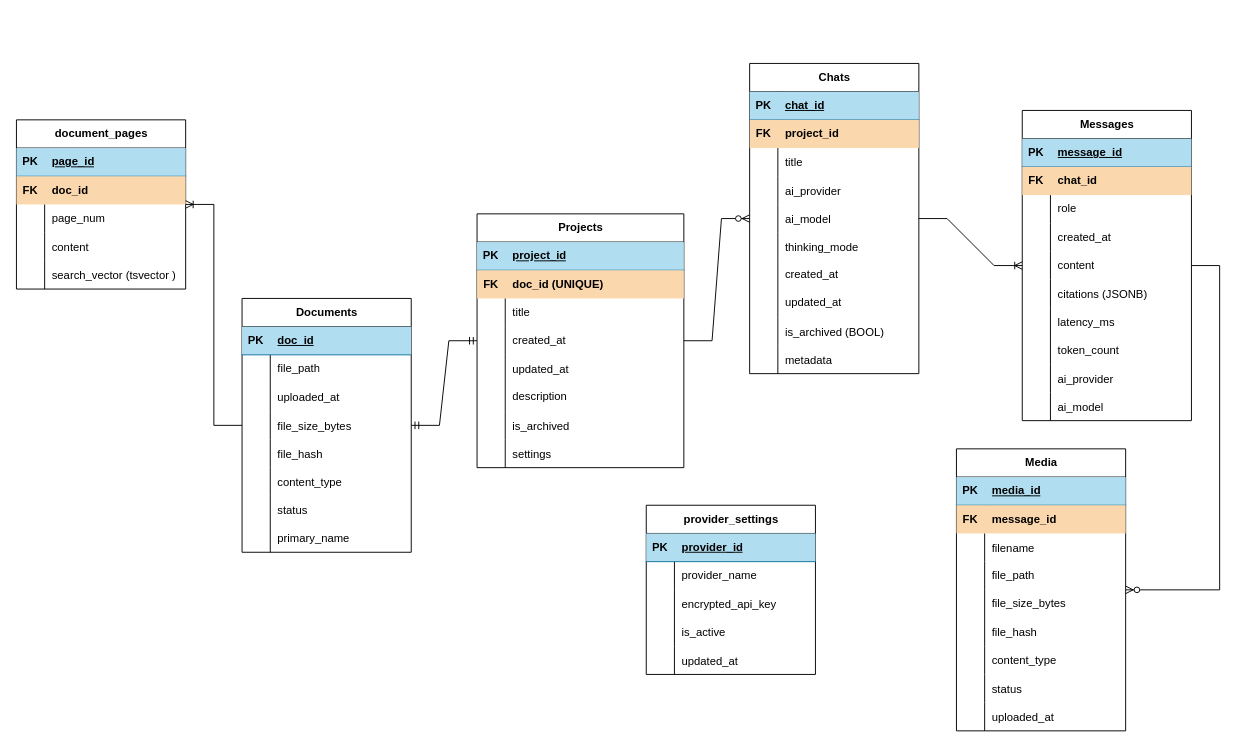
Before: docs/cognidocent_db.drawio in AbduAlrimali/CogniDocent, a draw.io diagram. Source tidied: cells renumbered, new cells numbered last; positions are measured from the earlier drawing's top-left corner, leaving out a move shared by most shapes. Both pictures are drawn from the tidied source at 94%, with x=0, y=0 at pixel (16, 63).
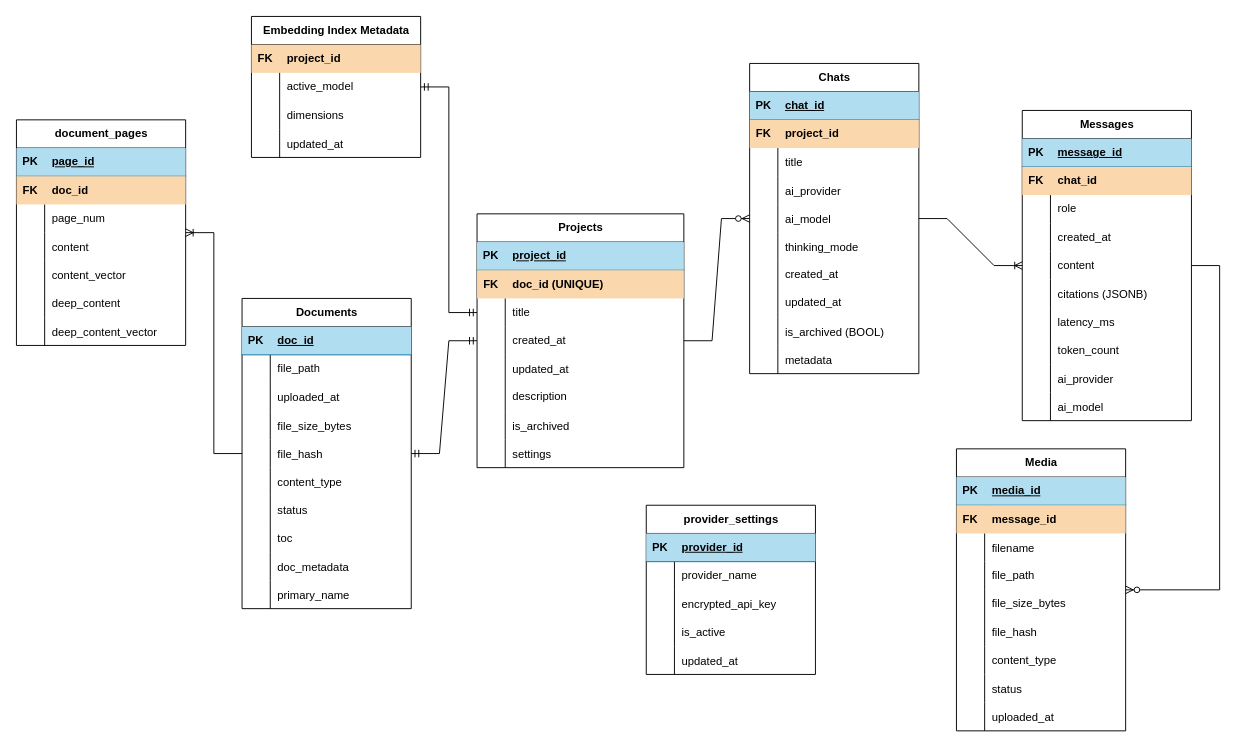
The same diagram, later.

Unchanged cells that the change refers to:
```xml
<mxCell id="127" style="shape=tableRow;horizontal=0;startSize=0;swimlaneHead=0;swimlaneBody=0;fillColor=none;points=[[0,0.5],[1,0.5]];portConstraint=eastwest;top=0;left=0;right=0;bottom=0;" parent="120" vertex="1">
  <mxGeometry y="90" width="220" height="30" as="geometry" />
</mxCell>
<mxCell id="175" style="shape=tableRow;horizontal=0;startSize=0;swimlaneHead=0;swimlaneBody=0;fillColor=none;top=0;left=0;right=0;bottom=0;" parent="162" vertex="1">
  <mxGeometry y="150" width="180" height="30" as="geometry" />
</mxCell>
```

Diff of the diagram source:
```diff
@@
     <mxCell id="93" value="Documents" style="shape=table;startSize=30;childLayout=tableLayout;rowLines=0;fontStyle=1;align=center;html=1;" parent="1" vertex="1">
-      <mxGeometry x="240" y="250" width="180" height="270" as="geometry" />
+      <mxGeometry x="240" y="250" width="180" height="330" as="geometry" />
     </mxCell>
@@
+    <mxCell id="179" style="shape=tableRow;horizontal=0;startSize=0;swimlaneHead=0;swimlaneBody=0;fillColor=none;top=0;left=0;right=0;bottom=0;" parent="93" vertex="1">
+      <mxGeometry y="240" width="180" height="30" as="geometry" />
+    </mxCell>
+    <mxCell id="180" style="shape=partialRectangle;fillColor=none;top=0;left=0;bottom=0;right=0;overflow=hidden;" parent="179" vertex="1">
+      <mxGeometry width="30" height="30" as="geometry" />
+    </mxCell>
+    <mxCell id="181" value="toc" style="shape=partialRectangle;fillColor=none;top=0;left=0;bottom=0;right=0;align=left;spacingLeft=6;overflow=hidden;" parent="179" vertex="1">
+      <mxGeometry x="30" width="150" height="30" as="geometry" />
+    </mxCell>
+    <mxCell id="182" style="shape=tableRow;horizontal=0;startSize=0;swimlaneHead=0;swimlaneBody=0;fillColor=none;top=0;left=0;right=0;bottom=0;" parent="93" vertex="1">
+      <mxGeometry y="270" width="180" height="30" as="geometry" />
+    </mxCell>
+    <mxCell id="183" style="shape=partialRectangle;fillColor=none;top=0;left=0;bottom=0;right=0;overflow=hidden;" parent="182" vertex="1">
+      <mxGeometry width="30" height="30" as="geometry" />
+    </mxCell>
+    <mxCell id="184" value="doc_metadata" style="shape=partialRectangle;fillColor=none;top=0;left=0;bottom=0;right=0;align=left;spacingLeft=6;overflow=hidden;" parent="182" vertex="1">
+      <mxGeometry x="30" width="150" height="30" as="geometry" />
+    </mxCell>
     <mxCell id="115" style="shape=tableRow;horizontal=0;startSize=0;swimlaneHead=0;swimlaneBody=0;fillColor=none;top=0;left=0;right=0;bottom=0;" parent="93" vertex="1">
-      <mxGeometry y="240" width="180" height="30" as="geometry" />
+      <mxGeometry y="300" width="180" height="30" as="geometry" />
     </mxCell>
@@
     <mxCell id="162" value="document_pages " style="shape=table;startSize=30;childLayout=tableLayout;rowLines=0;fontStyle=1;align=center;html=1;" parent="1" vertex="1">
-      <mxGeometry y="60" width="180" height="180" as="geometry" />
+      <mxGeometry y="60" width="180" height="240" as="geometry" />
     </mxCell>
@@
-    <mxCell id="177" value="search_vector (tsvector )" style="shape=partialRectangle;fillColor=none;top=0;left=0;bottom=0;right=0;align=left;spacingLeft=6;overflow=hidden;" parent="175" vertex="1">
+    <mxCell id="177" value="content_vector" style="shape=partialRectangle;fillColor=none;top=0;left=0;bottom=0;right=0;align=left;spacingLeft=6;overflow=hidden;" parent="175" vertex="1">
       <mxGeometry x="30" width="150" height="30" as="geometry" />
     </mxCell>
+    <mxCell id="185" style="shape=tableRow;horizontal=0;startSize=0;swimlaneHead=0;swimlaneBody=0;fillColor=none;top=0;left=0;right=0;bottom=0;" parent="162" vertex="1">
+      <mxGeometry y="180" width="180" height="30" as="geometry" />
+    </mxCell>
+    <mxCell id="186" style="shape=partialRectangle;fillColor=none;top=0;left=0;bottom=0;right=0;overflow=hidden;" parent="185" vertex="1">
+      <mxGeometry width="30" height="30" as="geometry" />
+    </mxCell>
+    <mxCell id="187" value="deep_content" style="shape=partialRectangle;fillColor=none;top=0;left=0;bottom=0;right=0;align=left;spacingLeft=6;overflow=hidden;" parent="185" vertex="1">
+      <mxGeometry x="30" width="150" height="30" as="geometry" />
+    </mxCell>
+    <mxCell id="188" style="shape=tableRow;horizontal=0;startSize=0;swimlaneHead=0;swimlaneBody=0;fillColor=none;top=0;left=0;right=0;bottom=0;" parent="162" vertex="1">
+      <mxGeometry y="210" width="180" height="30" as="geometry" />
+    </mxCell>
+    <mxCell id="189" style="shape=partialRectangle;fillColor=none;top=0;left=0;bottom=0;right=0;overflow=hidden;" parent="188" vertex="1">
+      <mxGeometry width="30" height="30" as="geometry" />
+    </mxCell>
+    <mxCell id="190" value="deep_content_vector" style="shape=partialRectangle;fillColor=none;top=0;left=0;bottom=0;right=0;align=left;spacingLeft=6;overflow=hidden;" parent="188" vertex="1">
+      <mxGeometry x="30" width="150" height="30" as="geometry" />
+    </mxCell>
@@
+    <mxCell id="191" value="Embedding Index Metadata " style="shape=table;startSize=30;childLayout=tableLayout;rowLines=0;fontStyle=1;align=center;html=1;" parent="1" vertex="1">
+      <mxGeometry x="250" y="-50" width="180" height="150" as="geometry" />
+    </mxCell>
+    <mxCell id="192" style="shape=tableRow;horizontal=0;startSize=0;swimlaneHead=0;swimlaneBody=0;fillColor=#fad7ac;top=0;left=0;right=0;bottom=0;strokeColor=#b46504;" parent="191" vertex="1">
+      <mxGeometry y="30" width="180" height="30" as="geometry" />
+    </mxCell>
+    <mxCell id="193" value="&lt;b&gt;FK&lt;/b&gt;" style="shape=partialRectangle;fillColor=none;top=0;left=0;bottom=0;right=0;fontStyle=0;overflow=hidden;whiteSpace=wrap;html=1;" parent="192" vertex="1">
+      <mxGeometry width="30" height="30" as="geometry" />
+    </mxCell>
+    <mxCell id="194" value="&lt;b&gt;project_id&lt;/b&gt;" style="shape=partialRectangle;fillColor=none;top=0;left=0;bottom=0;right=0;align=left;spacingLeft=6;fontStyle=0;overflow=hidden;whiteSpace=wrap;html=1;" parent="192" vertex="1">
+      <mxGeometry x="30" width="150" height="30" as="geometry" />
+    </mxCell>
+    <mxCell id="195" style="shape=tableRow;horizontal=0;startSize=0;swimlaneHead=0;swimlaneBody=0;fillColor=none;top=0;left=0;right=0;bottom=0;" parent="191" vertex="1">
+      <mxGeometry y="60" width="180" height="30" as="geometry" />
+    </mxCell>
+    <mxCell id="196" style="shape=partialRectangle;fillColor=none;top=0;left=0;bottom=0;right=0;overflow=hidden;whiteSpace=wrap;html=1;" parent="195" vertex="1">
+      <mxGeometry width="30" height="30" as="geometry" />
+    </mxCell>
+    <mxCell id="197" value="active_model " style="shape=partialRectangle;fillColor=none;top=0;left=0;bottom=0;right=0;align=left;spacingLeft=6;overflow=hidden;whiteSpace=wrap;html=1;" parent="195" vertex="1">
+      <mxGeometry x="30" width="150" height="30" as="geometry" />
+    </mxCell>
+    <mxCell id="198" style="shape=tableRow;horizontal=0;startSize=0;swimlaneHead=0;swimlaneBody=0;fillColor=none;top=0;left=0;right=0;bottom=0;" parent="191" vertex="1">
+      <mxGeometry y="90" width="180" height="30" as="geometry" />
+    </mxCell>
+    <mxCell id="199" style="shape=partialRectangle;fillColor=none;top=0;left=0;bottom=0;right=0;overflow=hidden;" parent="198" vertex="1">
+      <mxGeometry width="30" height="30" as="geometry" />
+    </mxCell>
+    <mxCell id="200" value="dimensions " style="shape=partialRectangle;fillColor=none;top=0;left=0;bottom=0;right=0;align=left;spacingLeft=6;overflow=hidden;" parent="198" vertex="1">
+      <mxGeometry x="30" width="150" height="30" as="geometry" />
+    </mxCell>
+    <mxCell id="201" style="shape=tableRow;horizontal=0;startSize=0;swimlaneHead=0;swimlaneBody=0;fillColor=none;top=0;left=0;right=0;bottom=0;" parent="191" vertex="1">
+      <mxGeometry y="120" width="180" height="30" as="geometry" />
+    </mxCell>
+    <mxCell id="202" style="shape=partialRectangle;fillColor=none;top=0;left=0;bottom=0;right=0;overflow=hidden;" parent="201" vertex="1">
+      <mxGeometry width="30" height="30" as="geometry" />
+    </mxCell>
+    <mxCell id="203" value="updated_at " style="shape=partialRectangle;fillColor=none;top=0;left=0;bottom=0;right=0;align=left;spacingLeft=6;overflow=hidden;" parent="201" vertex="1">
+      <mxGeometry x="30" width="150" height="30" as="geometry" />
+    </mxCell>
+    <mxCell id="204" style="edgeStyle=entityRelationEdgeStyle;fontSize=12;html=1;endArrow=ERmandOne;startArrow=ERmandOne;rounded=0;exitX=0;exitY=0.5;exitDx=0;exitDy=0;" parent="1" edge="1" source="127" target="191">
+      <mxGeometry relative="1" as="geometry" />
+    </mxCell>
```
